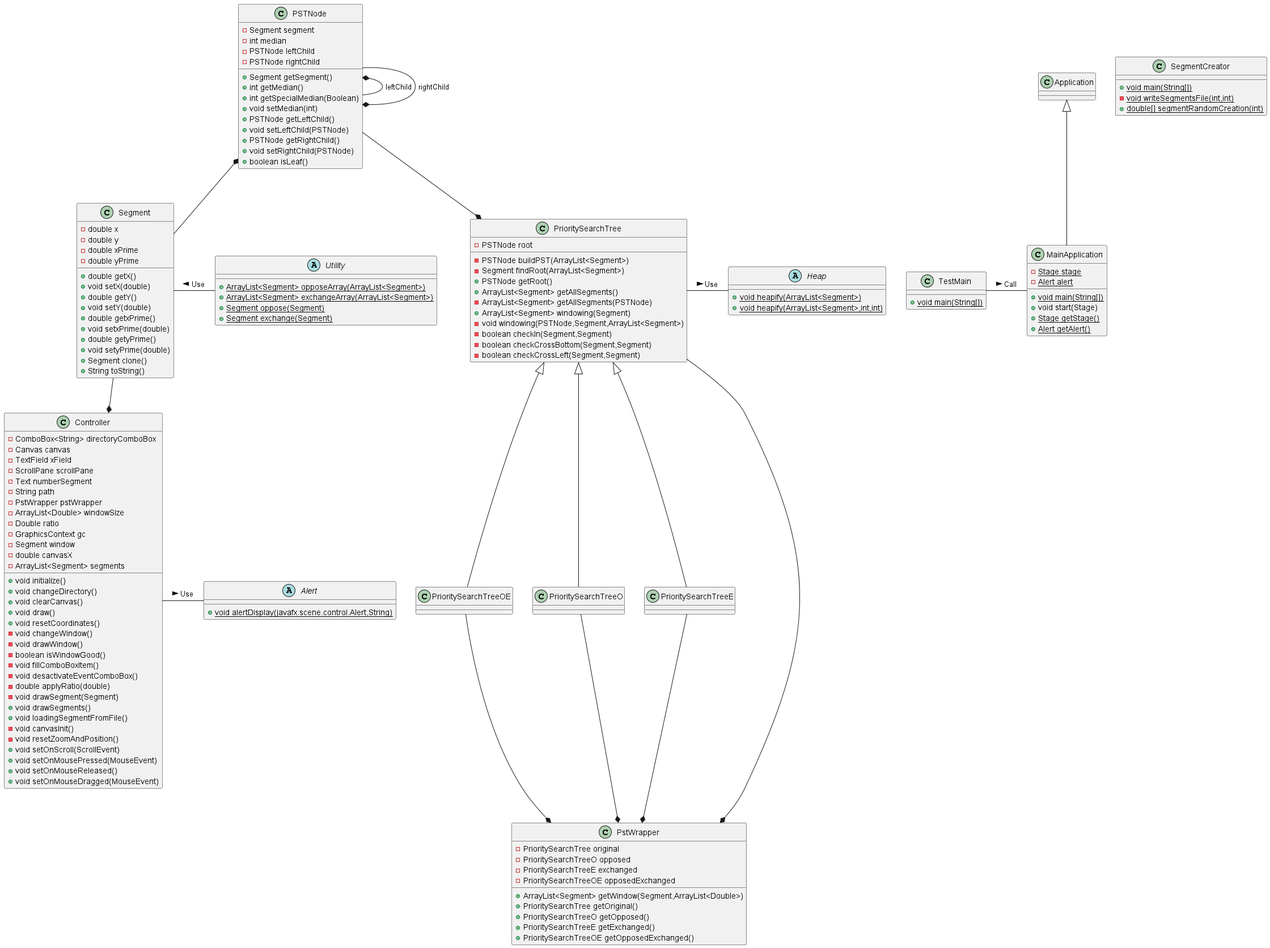
LiocansG/windowing-sdd2 keeps this PlantUML diagram as Code/windowing-ssd2/src/main/resources/uml/SDD.png. Above is the earlier version.
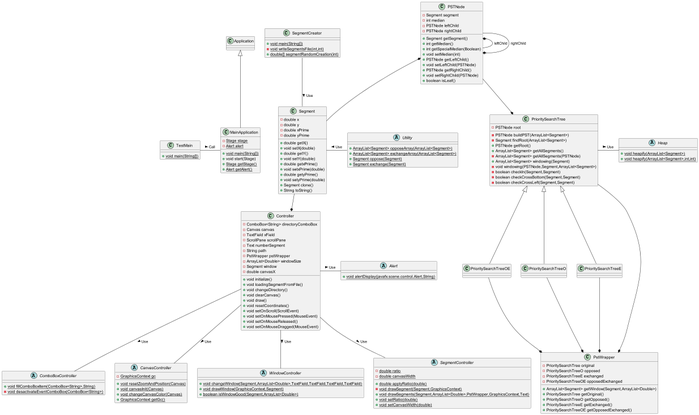
After the change.

Commit message:
Adding other controller

Change to the diagram source:
```diff
@@ -2,26 +2,31 @@
 class TestMain {
 + {static} void main(String[])
 }
-
+abstract class ComboBoxController {
++ {static} void fillComboBoxItem(ComboBox<String>,String)
+- {static} void desactivateEventComboBox(ComboBox<String>)
+}
 class PrioritySearchTreeOE {
 }
-
 class PrioritySearchTreeO {
 }
-
 abstract class Alert {
 + {static} void alertDisplay(javafx.scene.control.Alert,String)
 }
-
+abstract class CanvasController {
+- {static} GraphicsContext gc
++ {static} void resetZoomAndPosition(Canvas)
++ {static} void canvasInit(Canvas)
++ {static} void changeCanvasColor(Canvas)
++ {static} GraphicsContext getGc()
+}
 class PrioritySearchTreeE {
 }
-
 class SegmentCreator {
 + {static} void main(String[])
 - {static} void writeSegmentsFile(int,int)
 + {static} double[] segmentRandomCreation(int)
 }
-
 class PstWrapper {
 - PrioritySearchTree original
 - PrioritySearchTreeO opposed
@@ -33,14 +38,26 @@
 + PrioritySearchTreeE getExchanged()
 + PrioritySearchTreeOE getOpposedExchanged()
 }
-
+abstract class WindowController {
++ {static} void changeWindow(Segment,ArrayList<Double>,TextField,TextField,TextField,TextField)
++ {static} void drawWindow(GraphicsContext,Segment)
++ {static} boolean isWindowGood(Segment,ArrayList<Double>)
+}
 abstract class Utility {
 + {static} ArrayList<Segment> opposeArray(ArrayList<Segment>)
 + {static} ArrayList<Segment> exchangeArray(ArrayList<Segment>)
 + {static} Segment oppose(Segment)
 + {static} Segment exchange(Segment)
 }
-
+abstract class SegmentController {
+- {static} double ratio
+- {static} double canvasWidth
++ {static} double applyRatio(double)
+- {static} void drawSegment(Segment,GraphicsContext)
++ {static} void drawSegments(Segment,ArrayList<Double>,PstWrapper,GraphicsContext,Text)
++ {static} void setRatio(double)
++ {static} void setCanvasWidth(double)
+}
 class PSTNode {
 - Segment segment
 - int median
@@ -56,7 +73,6 @@
 + void setRightChild(PSTNode)
 + boolean isLeaf()
 }
-
 class Segment {
 - double x
 - double y
@@ -73,7 +89,6 @@
 + Segment clone()
 + String toString()
 }
-
 class Controller {
 - ComboBox<String> directoryComboBox
 - Canvas canvas
@@ -83,33 +98,19 @@
 - String path
 - PstWrapper pstWrapper
 - ArrayList<Double> windowSize
-- Double ratio
-- GraphicsContext gc
 - Segment window
 - double canvasX
-- ArrayList<Segment> segments
 + void initialize()
++ void loadingSegmentFromFile()
 + void changeDirectory()
 + void clearCanvas()
 + void draw()
 + void resetCoordinates()
-- void changeWindow()
-- void drawWindow()
-- boolean isWindowGood()
-- void fillComboBoxItem()
-- void desactivateEventComboBox()
-- double applyRatio(double)
-- void drawSegment(Segment)
-+ void drawSegments()
-+ void loadingSegmentFromFile()
-- void canvasInit()
-- void resetZoomAndPosition()
 + void setOnScroll(ScrollEvent)
 + void setOnMousePressed(MouseEvent)
 + void setOnMouseReleased()
 + void setOnMouseDragged(MouseEvent)
 }
-
 class MainApplication {
 - {static} Stage stage
 - {static} Alert alert
@@ -118,12 +119,10 @@
 + {static} Stage getStage()
 + {static} Alert getAlert()
 }
-
 abstract class Heap {
 + {static} void heapify(ArrayList<Segment>)
 + {static} void heapify(ArrayList<Segment>,int,int)
 }
-
 class PrioritySearchTree {
 - PSTNode root
 - PSTNode buildPST(ArrayList<Segment>)
@@ -147,13 +146,18 @@
 PSTNode --* PSTNode : rightChild
 PSTNode *-- Segment
 Application <|-- MainApplication
+TestMain - MainApplication : Call >
 PrioritySearchTree --* PstWrapper
 PrioritySearchTreeOE --* PstWrapper
 PrioritySearchTreeO --* PstWrapper
 PrioritySearchTreeE --* PstWrapper
 Segment -  Utility : Use <
-TestMain - MainApplication : Call >
 PrioritySearchTree - Heap : Use >
 Controller - Alert : Use >
+Controller -d- WindowController : Use >
+Controller -d- SegmentController : Use >
+Controller -d- CanvasController : Use >
+Controller -d- ComboBoxController : Use >
 Segment --* Controller
+SegmentCreator -- Segment : Use >
 @enduml
```
